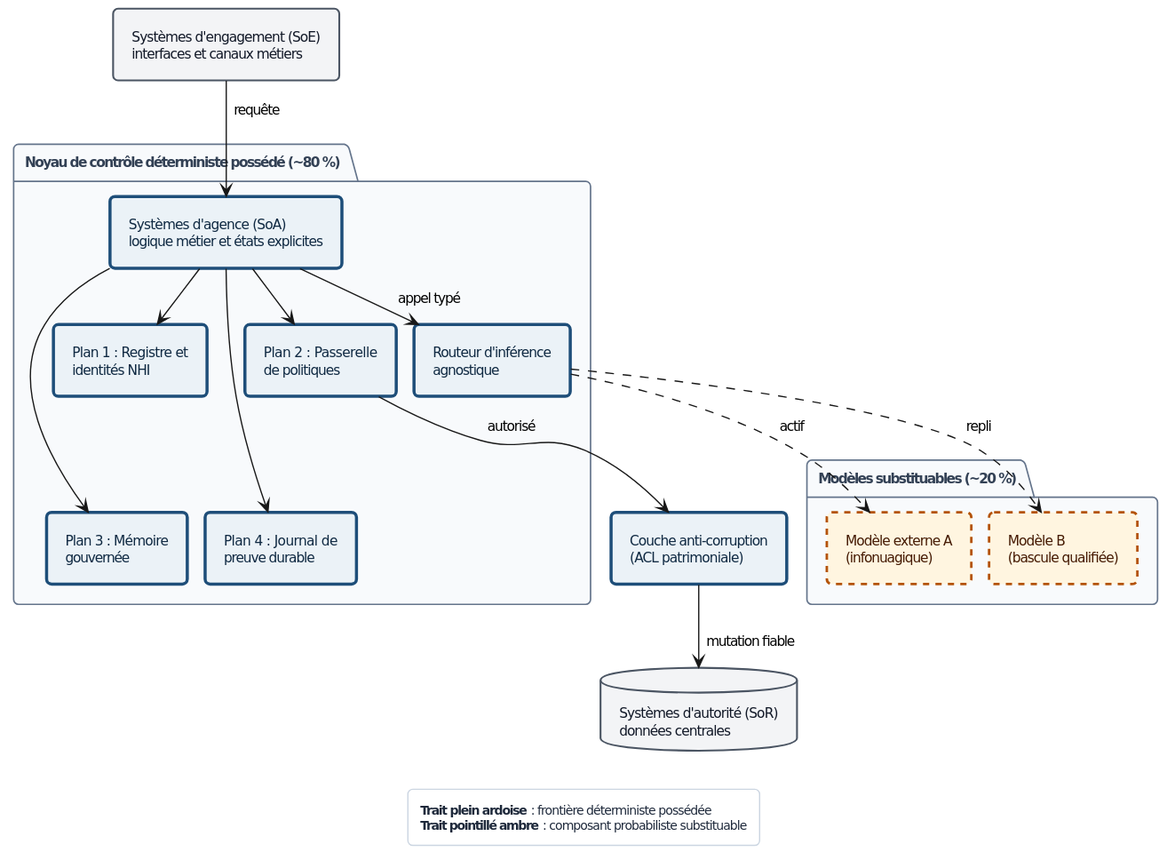
Above: 7 - Livre 2027/diagrammes/rendus/Fig-07.svg in agbruneau/Agentique (PlantUML), before the change. Its diagram source:
```plantuml
@startuml
<style>
document {
  BackgroundColor #FFFFFF
}
.det {
  BackgroundColor #EBF2F7
  LineColor #1E4E79
  LineThickness 2.5
  FontColor #0F2942
}
.prob {
  BackgroundColor #FFF5E0
  LineColor #B45309
  LineThickness 2.0
  LineStyle 5
  FontColor #451A03
}
.ext {
  BackgroundColor #F3F4F6
  LineColor #4B5563
  LineThickness 1.5
  FontColor #111827
}
package {
  BackgroundColor #F8FAFC
  LineColor #64748B
  LineThickness 1.2
  FontColor #334155
}
legend {
  BackgroundColor #FFFFFF
  LineColor #CBD5E1
  FontColor #1E293B
  FontSize 10
}
</style>
hide stereotype
top to bottom direction
skinparam defaultFontName "DejaVu Sans"
skinparam defaultFontSize 11
skinparam shadowing false
skinparam roundcorner 8
skinparam nodesep 14
skinparam ranksep 20
skinparam padding 5

rectangle "Systèmes d'engagement (SoE)\ninterfaces et canaux métiers" as SOE <<ext>>

package "Noyau de contrôle déterministe possédé (~80 %)" {
  rectangle "Systèmes d'agence (SoA)\nlogique métier et états explicites" as SOA <<det>>
  rectangle "Plan 1 : Registre et\nidentités NHI" as P1 <<det>>
  rectangle "Plan 2 : Passerelle\nde politiques" as P2 <<det>>
  rectangle "Plan 3 : Mémoire\ngouvernée" as P3 <<det>>
  rectangle "Plan 4 : Journal de\npreuve durable" as P4 <<det>>
  rectangle "Routeur d'inférence\nagnostique" as RTR <<det>>
}

package "Modèles substituables (~20 %)" {
  rectangle "Modèle externe A\n(infonuagique)" as MA <<prob>>
  rectangle "Modèle B\n(bascule qualifiée)" as MB <<prob>>
}

rectangle "Couche anti-corruption\n(ACL patrimoniale)" as ACL <<det>>
database "Systèmes d'autorité (SoR)\ndonnées centrales" as SOR <<ext>>

SOE --> SOA : requête
SOA --> P1
SOA --> P2
SOA --> P3
SOA --> P4
P1 -[hidden]down-> P3
P2 -[hidden]down-> P4
SOA --> RTR : appel typé
RTR ..> MA : actif
RTR ..> MB : repli
P2 --> ACL : autorisé
ACL --> SOR : mutation fiable

P1 -[hidden]right-> P2
P3 -[hidden]right-> P4
MA -[hidden]right-> MB
RTR -[hidden]right-> ACL

legend bottom
  **Trait plein ardoise** : frontière déterministe possédée
  **Trait pointillé ambre** : composant probabiliste substituable
end legend
@enduml
```
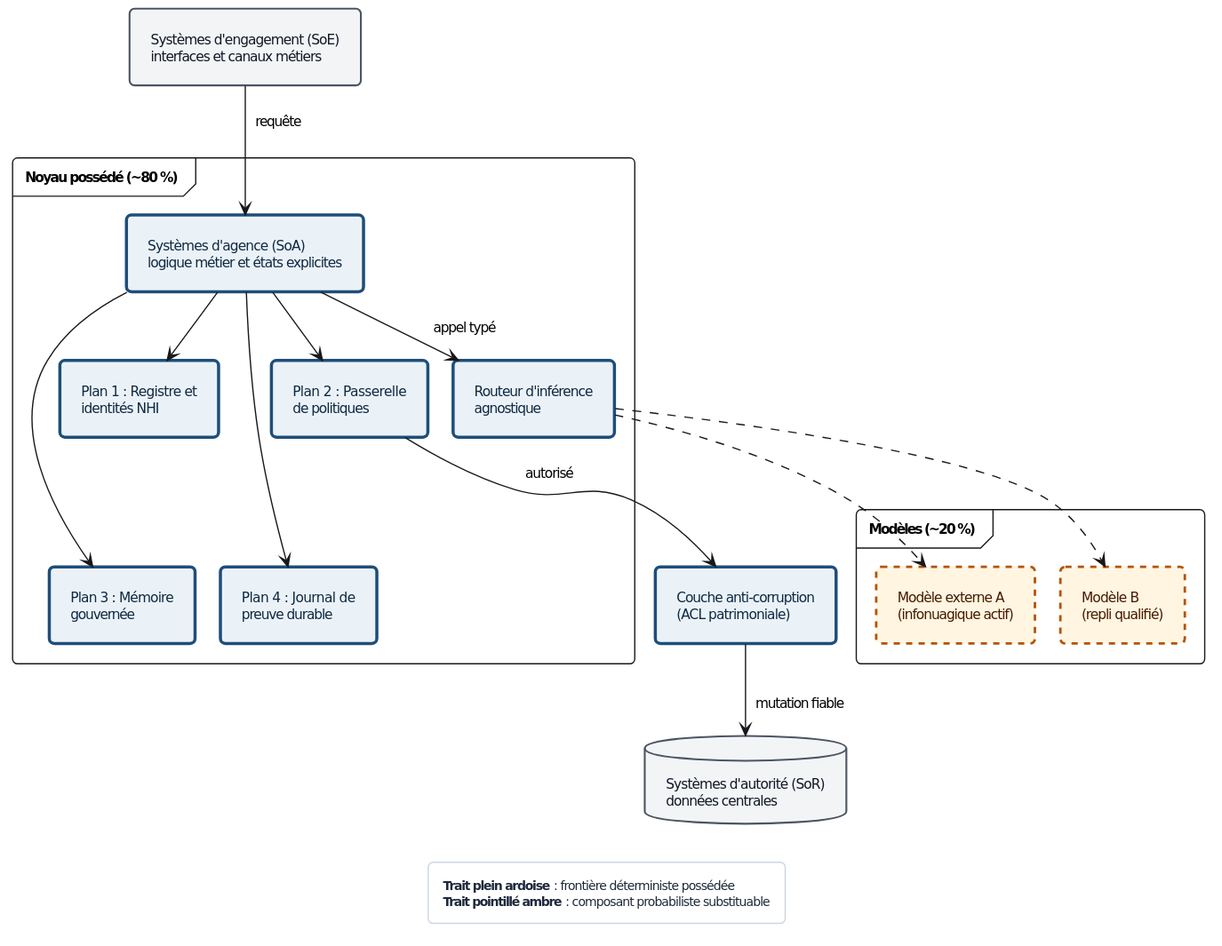
After the commit.

What changed in the source:
```diff
@@ -41,13 +41,14 @@
 skinparam defaultFontSize 11
 skinparam shadowing false
 skinparam roundcorner 8
-skinparam nodesep 14
-skinparam ranksep 20
-skinparam padding 5
+skinparam packageStyle frame
+skinparam nodesep 20
+skinparam ranksep 26
+skinparam padding 7
 
 rectangle "Systèmes d'engagement (SoE)\ninterfaces et canaux métiers" as SOE <<ext>>
 
-package "Noyau de contrôle déterministe possédé (~80 %)" {
+package "Noyau possédé (~80 %)" {
   rectangle "Systèmes d'agence (SoA)\nlogique métier et états explicites" as SOA <<det>>
   rectangle "Plan 1 : Registre et\nidentités NHI" as P1 <<det>>
   rectangle "Plan 2 : Passerelle\nde politiques" as P2 <<det>>
@@ -56,9 +57,9 @@
   rectangle "Routeur d'inférence\nagnostique" as RTR <<det>>
 }
 
-package "Modèles substituables (~20 %)" {
-  rectangle "Modèle externe A\n(infonuagique)" as MA <<prob>>
-  rectangle "Modèle B\n(bascule qualifiée)" as MB <<prob>>
+package "Modèles (~20 %)" {
+  rectangle "Modèle externe A\n(infonuagique actif)" as MA <<prob>>
+  rectangle "Modèle B\n(repli qualifié)" as MB <<prob>>
 }
 
 rectangle "Couche anti-corruption\n(ACL patrimoniale)" as ACL <<det>>
@@ -72,8 +73,8 @@
 P1 -[hidden]down-> P3
 P2 -[hidden]down-> P4
 SOA --> RTR : appel typé
-RTR ..> MA : actif
-RTR ..> MB : repli
+RTR ..> MA
+RTR ..> MB
 P2 --> ACL : autorisé
 ACL --> SOR : mutation fiable
 
```
